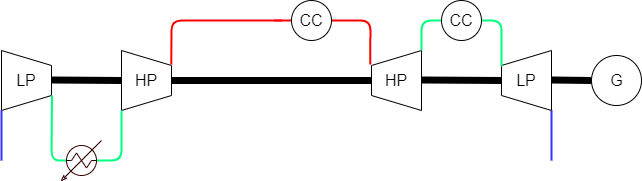
Earlier version of the draw.io export Chapitre_5/Images/IHGT.png (Boreas3/TFE). Source tidied: cells renumbered, new cells last; positions are measured from the earlier drawing's top-left corner, leaving out a move shared by most shapes.
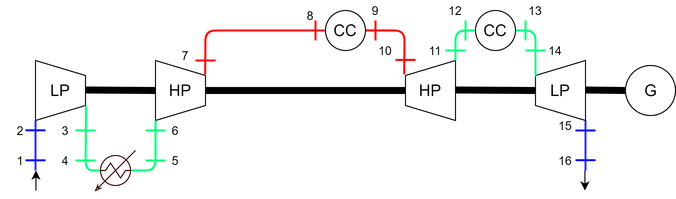
After the commit.

The edit, as a diff of the source:
```diff
@@ -135,5 +135,167 @@
     <mxCell id="28" value="CC" style="text;html=1;strokeColor=none;fillColor=none;align=center;verticalAlign=middle;whiteSpace=wrap;rounded=0;fontSize=16;" parent="1" vertex="1">
       <mxGeometry x="440" y="10" width="40" height="20" as="geometry" />
     </mxCell>
+    <mxCell id="29" style="endArrow=none;html=1;strokeColor=#0000FF;strokeWidth=2;" parent="1" edge="1">
+      <mxGeometry relative="1" as="geometry">
+        <mxPoint x="-10" y="149.8" as="sourcePoint" />
+        <mxPoint x="10" y="149.8" as="targetPoint" />
+        <Array as="points">
+          <mxPoint y="149.8" />
+        </Array>
+      </mxGeometry>
+    </mxCell>
+    <mxCell id="30" value="1" style="text;html=1;strokeColor=none;fillColor=none;align=center;verticalAlign=middle;whiteSpace=wrap;rounded=0;" parent="1" vertex="1">
+      <mxGeometry x="-35" y="140" width="40" height="20" as="geometry" />
+    </mxCell>
+    <mxCell id="31" style="endArrow=none;html=1;strokeColor=#0000FF;strokeWidth=2;" parent="1" edge="1">
+      <mxGeometry relative="1" as="geometry">
+        <mxPoint x="-10" y="119.8" as="sourcePoint" />
+        <mxPoint x="10" y="119.8" as="targetPoint" />
+        <Array as="points">
+          <mxPoint y="119.8" />
+        </Array>
+      </mxGeometry>
+    </mxCell>
+    <mxCell id="32" value="2" style="text;html=1;strokeColor=none;fillColor=none;align=center;verticalAlign=middle;whiteSpace=wrap;rounded=0;" parent="1" vertex="1">
+      <mxGeometry x="-35" y="110" width="40" height="20" as="geometry" />
+    </mxCell>
+    <mxCell id="33" style="endArrow=none;html=1;strokeColor=#00FF80;strokeWidth=2;" parent="1" edge="1">
+      <mxGeometry relative="1" as="geometry">
+        <mxPoint x="40" y="120" as="sourcePoint" />
+        <mxPoint x="60" y="120" as="targetPoint" />
+      </mxGeometry>
+    </mxCell>
+    <mxCell id="34" style="endArrow=none;html=1;strokeColor=#00FF80;strokeWidth=2;" parent="1" edge="1">
+      <mxGeometry relative="1" as="geometry">
+        <mxPoint x="40" y="150" as="sourcePoint" />
+        <mxPoint x="60" y="150" as="targetPoint" />
+      </mxGeometry>
+    </mxCell>
+    <mxCell id="35" style="endArrow=none;html=1;strokeColor=#00FF80;strokeWidth=2;" parent="1" edge="1">
+      <mxGeometry relative="1" as="geometry">
+        <mxPoint x="110" y="150" as="sourcePoint" />
+        <mxPoint x="130" y="150" as="targetPoint" />
+      </mxGeometry>
+    </mxCell>
+    <mxCell id="36" style="endArrow=none;html=1;strokeColor=#00FF80;strokeWidth=2;" parent="1" edge="1">
+      <mxGeometry relative="1" as="geometry">
+        <mxPoint x="110" y="120" as="sourcePoint" />
+        <mxPoint x="130" y="120" as="targetPoint" />
+      </mxGeometry>
+    </mxCell>
+    <mxCell id="37" style="endArrow=none;html=1;strokeColor=#FF0000;strokeWidth=2;" parent="1" edge="1">
+      <mxGeometry relative="1" as="geometry">
+        <mxPoint x="160" y="50" as="sourcePoint" />
+        <mxPoint x="180" y="50" as="targetPoint" />
+      </mxGeometry>
+    </mxCell>
+    <mxCell id="38" style="endArrow=none;html=1;strokeColor=#FF0000;strokeWidth=2;" parent="1" edge="1">
+      <mxGeometry relative="1" as="geometry">
+        <mxPoint x="280" y="10" as="sourcePoint" />
+        <mxPoint x="280" y="30" as="targetPoint" />
+      </mxGeometry>
+    </mxCell>
+    <mxCell id="39" value="3" style="text;html=1;strokeColor=none;fillColor=none;align=center;verticalAlign=middle;whiteSpace=wrap;rounded=0;" parent="1" vertex="1">
+      <mxGeometry x="10" y="110" width="40" height="20" as="geometry" />
+    </mxCell>
+    <mxCell id="40" value="4" style="text;html=1;strokeColor=none;fillColor=none;align=center;verticalAlign=middle;whiteSpace=wrap;rounded=0;" parent="1" vertex="1">
+      <mxGeometry x="10" y="140" width="40" height="20" as="geometry" />
+    </mxCell>
+    <mxCell id="41" value="5" style="text;html=1;strokeColor=none;fillColor=none;align=center;verticalAlign=middle;whiteSpace=wrap;rounded=0;" parent="1" vertex="1">
+      <mxGeometry x="120" y="140" width="40" height="20" as="geometry" />
+    </mxCell>
+    <mxCell id="42" value="6" style="text;html=1;strokeColor=none;fillColor=none;align=center;verticalAlign=middle;whiteSpace=wrap;rounded=0;" parent="1" vertex="1">
+      <mxGeometry x="120" y="110" width="40" height="20" as="geometry" />
+    </mxCell>
+    <mxCell id="43" value="7" style="text;html=1;strokeColor=none;fillColor=none;align=center;verticalAlign=middle;whiteSpace=wrap;rounded=0;" parent="1" vertex="1">
+      <mxGeometry x="130" y="35" width="40" height="20" as="geometry" />
+    </mxCell>
+    <mxCell id="44" value="8" style="text;html=1;strokeColor=none;fillColor=none;align=center;verticalAlign=middle;whiteSpace=wrap;rounded=0;" parent="1" vertex="1">
+      <mxGeometry x="255" y="-5" width="40" height="20" as="geometry" />
+    </mxCell>
+    <mxCell id="45" style="endArrow=none;html=1;strokeColor=#00FF80;strokeWidth=2;" parent="1" edge="1">
+      <mxGeometry relative="1" as="geometry">
+        <mxPoint x="410" y="40" as="sourcePoint" />
+        <mxPoint x="430" y="40" as="targetPoint" />
+      </mxGeometry>
+    </mxCell>
+    <mxCell id="46" style="endArrow=none;html=1;strokeColor=#00FF80;strokeWidth=2;" parent="1" edge="1">
+      <mxGeometry relative="1" as="geometry">
+        <mxPoint x="430" y="10" as="sourcePoint" />
+        <mxPoint x="430" y="30" as="targetPoint" />
+      </mxGeometry>
+    </mxCell>
+    <mxCell id="47" style="endArrow=none;html=1;strokeColor=#00FF80;strokeWidth=2;" parent="1" edge="1">
+      <mxGeometry relative="1" as="geometry">
+        <mxPoint x="490" y="10" as="sourcePoint" />
+        <mxPoint x="490" y="30" as="targetPoint" />
+      </mxGeometry>
+    </mxCell>
+    <mxCell id="48" style="endArrow=none;html=1;strokeColor=#00FF80;strokeWidth=2;" parent="1" edge="1">
+      <mxGeometry relative="1" as="geometry">
+        <mxPoint x="490" y="40" as="sourcePoint" />
+        <mxPoint x="510" y="40" as="targetPoint" />
+      </mxGeometry>
+    </mxCell>
+    <mxCell id="49" style="endArrow=none;html=1;strokeColor=#FF0000;strokeWidth=2;" parent="1" edge="1">
+      <mxGeometry relative="1" as="geometry">
+        <mxPoint x="340" y="10" as="sourcePoint" />
+        <mxPoint x="340" y="30" as="targetPoint" />
+      </mxGeometry>
+    </mxCell>
+    <mxCell id="50" style="endArrow=none;html=1;strokeColor=#FF0000;strokeWidth=2;" parent="1" edge="1">
+      <mxGeometry relative="1" as="geometry">
+        <mxPoint x="360" y="49.4" as="sourcePoint" />
+        <mxPoint x="380" y="49.4" as="targetPoint" />
+      </mxGeometry>
+    </mxCell>
+    <mxCell id="51" value="9" style="text;html=1;strokeColor=none;fillColor=none;align=center;verticalAlign=middle;whiteSpace=wrap;rounded=0;" parent="1" vertex="1">
+      <mxGeometry x="320" y="-10" width="40" height="20" as="geometry" />
+    </mxCell>
+    <mxCell id="52" value="10" style="text;html=1;strokeColor=none;fillColor=none;align=center;verticalAlign=middle;whiteSpace=wrap;rounded=0;" parent="1" vertex="1">
+      <mxGeometry x="330" y="30" width="40" height="20" as="geometry" />
+    </mxCell>
+    <mxCell id="53" value="11" style="text;html=1;strokeColor=none;fillColor=none;align=center;verticalAlign=middle;whiteSpace=wrap;rounded=0;" parent="1" vertex="1">
+      <mxGeometry x="380" y="30" width="40" height="20" as="geometry" />
+    </mxCell>
+    <mxCell id="54" value="12" style="text;html=1;strokeColor=none;fillColor=none;align=center;verticalAlign=middle;whiteSpace=wrap;rounded=0;" parent="1" vertex="1">
+      <mxGeometry x="400" y="-10" width="40" height="20" as="geometry" />
+    </mxCell>
+    <mxCell id="55" value="13" style="text;html=1;strokeColor=none;fillColor=none;align=center;verticalAlign=middle;whiteSpace=wrap;rounded=0;" parent="1" vertex="1">
+      <mxGeometry x="480" y="-10" width="40" height="20" as="geometry" />
+    </mxCell>
+    <mxCell id="56" value="14" style="text;html=1;strokeColor=none;fillColor=none;align=center;verticalAlign=middle;whiteSpace=wrap;rounded=0;" parent="1" vertex="1">
+      <mxGeometry x="500" y="30" width="40" height="20" as="geometry" />
+    </mxCell>
+    <mxCell id="57" style="endArrow=none;html=1;strokeColor=#0000FF;strokeWidth=2;" parent="1" edge="1">
+      <mxGeometry relative="1" as="geometry">
+        <mxPoint x="540" y="120" as="sourcePoint" />
+        <mxPoint x="560" y="120" as="targetPoint" />
+      </mxGeometry>
+    </mxCell>
+    <mxCell id="58" value="15" style="text;html=1;strokeColor=none;fillColor=none;align=center;verticalAlign=middle;whiteSpace=wrap;rounded=0;" parent="1" vertex="1">
+      <mxGeometry x="510" y="105" width="40" height="20" as="geometry" />
+    </mxCell>
+    <mxCell id="59" style="endArrow=none;html=1;strokeColor=#0000FF;strokeWidth=2;" parent="1" edge="1">
+      <mxGeometry relative="1" as="geometry">
+        <mxPoint x="540" y="149.7" as="sourcePoint" />
+        <mxPoint x="560" y="149.7" as="targetPoint" />
+      </mxGeometry>
+    </mxCell>
+    <mxCell id="60" value="16&lt;span style=&quot;color: rgba(0 , 0 , 0 , 0) ; font-family: monospace ; font-size: 0px&quot;&gt;%3CmxGraphModel%3E%3Croot%3E%3CmxCell%20id%3D%220%22%2F%3E%3CmxCell%20id%3D%221%22%20parent%3D%220%22%2F%3E%3CmxCell%20id%3D%222%22%20value%3D%22%22%20style%3D%22endArrow%3Dclassic%3Bhtml%3D1%3B%22%20edge%3D%221%22%20parent%3D%221%22%3E%3CmxGeometry%20width%3D%2250%22%20height%3D%2250%22%20relative%3D%221%22%20as%3D%22geometry%22%3E%3CmxPoint%20x%3D%22130.43000000000006%22%20y%3D%22359.9999999999999%22%20as%3D%22sourcePoint%22%2F%3E%3CmxPoint%20x%3D%22130.43000000000006%22%20y%3D%22339.9999999999999%22%20as%3D%22targetPoint%22%2F%3E%3C%2FmxGeometry%3E%3C%2FmxCell%3E%3C%2Froot%3E%3C%2FmxGraphModel%3E&lt;/span&gt;" style="text;html=1;strokeColor=none;fillColor=none;align=center;verticalAlign=middle;whiteSpace=wrap;rounded=0;" parent="1" vertex="1">
+      <mxGeometry x="510" y="140" width="40" height="20" as="geometry" />
+    </mxCell>
+    <mxCell id="61" style="endArrow=classic;html=1;" parent="1" edge="1">
+      <mxGeometry relative="1" as="geometry">
+        <mxPoint x="0.4" y="180" as="sourcePoint" />
+        <mxPoint x="0.4" y="160" as="targetPoint" />
+      </mxGeometry>
+    </mxCell>
+    <mxCell id="62" style="endArrow=classic;html=1;" parent="1" edge="1">
+      <mxGeometry relative="1" as="geometry">
+        <mxPoint x="549.4" y="160" as="sourcePoint" />
+        <mxPoint x="549.4" y="180" as="targetPoint" />
+      </mxGeometry>
+    </mxCell>
   </root>
 </mxGraphModel>
```
